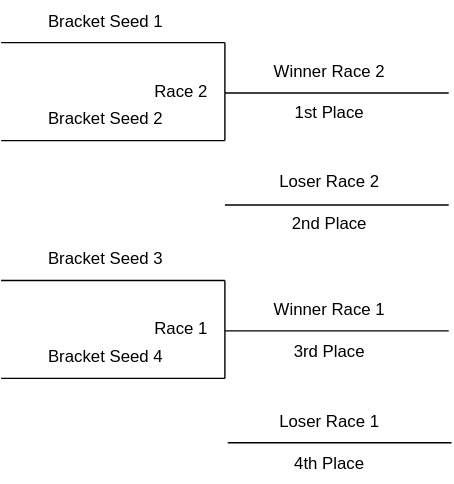
bhall2001/flyballmanager-www keeps this draw.io diagram as static/img/1-race-bracket.drawio.svg. Above is the earlier version. Source tidied: cells renumbered, new cells last; positions are measured from the earlier drawing's top-left corner, leaving out a move shared by most shapes. The source it was exported from:
```xml
<mxGraphModel>
  <root>
    <mxCell id="0" />
    <mxCell id="1" parent="0" />
    <mxCell id="2" style="group;" parent="1" vertex="1">
      <mxGeometry y="30" width="320" height="70" as="geometry" />
    </mxCell>
    <mxCell id="3" style="endArrow=none;html=1;rounded=0;" parent="2" edge="1">
      <mxGeometry relative="1" as="geometry">
        <mxPoint as="sourcePoint" />
        <mxPoint x="160" as="targetPoint" />
      </mxGeometry>
    </mxCell>
    <mxCell id="4" style="endArrow=none;html=1;rounded=0;" parent="2" edge="1">
      <mxGeometry relative="1" as="geometry">
        <mxPoint y="70" as="sourcePoint" />
        <mxPoint x="160" y="70" as="targetPoint" />
      </mxGeometry>
    </mxCell>
    <mxCell id="5" style="endArrow=none;html=1;rounded=0;" parent="2" edge="1">
      <mxGeometry relative="1" as="geometry">
        <mxPoint x="160" y="70" as="sourcePoint" />
        <mxPoint x="160" as="targetPoint" />
      </mxGeometry>
    </mxCell>
    <mxCell id="6" value="Race 2" style="text;html=1;align=right;verticalAlign=middle;whiteSpace=wrap;rounded=0;" parent="2" vertex="1">
      <mxGeometry x="60" y="20" width="90" height="30" as="geometry" />
    </mxCell>
    <mxCell id="7" style="endArrow=none;html=1;rounded=0;" parent="2" edge="1">
      <mxGeometry relative="1" as="geometry">
        <mxPoint x="160" y="36" as="sourcePoint" />
        <mxPoint x="320" y="36" as="targetPoint" />
      </mxGeometry>
    </mxCell>
    <mxCell id="8" style="group;" parent="1" vertex="1">
      <mxGeometry y="200" width="320" height="70" as="geometry" />
    </mxCell>
    <mxCell id="9" style="endArrow=none;html=1;rounded=0;" parent="8" edge="1">
      <mxGeometry relative="1" as="geometry">
        <mxPoint as="sourcePoint" />
        <mxPoint x="160" as="targetPoint" />
      </mxGeometry>
    </mxCell>
    <mxCell id="10" style="endArrow=none;html=1;rounded=0;" parent="8" edge="1">
      <mxGeometry relative="1" as="geometry">
        <mxPoint y="70" as="sourcePoint" />
        <mxPoint x="160" y="70" as="targetPoint" />
      </mxGeometry>
    </mxCell>
    <mxCell id="11" style="endArrow=none;html=1;rounded=0;" parent="8" edge="1">
      <mxGeometry relative="1" as="geometry">
        <mxPoint x="160" y="70" as="sourcePoint" />
        <mxPoint x="160" as="targetPoint" />
      </mxGeometry>
    </mxCell>
    <mxCell id="12" value="Race 1" style="text;html=1;align=right;verticalAlign=middle;whiteSpace=wrap;rounded=0;" parent="8" vertex="1">
      <mxGeometry x="60" y="20" width="90" height="30" as="geometry" />
    </mxCell>
    <mxCell id="13" style="endArrow=none;html=1;rounded=0;" parent="8" edge="1">
      <mxGeometry relative="1" as="geometry">
        <mxPoint x="160" y="36" as="sourcePoint" />
        <mxPoint x="320" y="36" as="targetPoint" />
      </mxGeometry>
    </mxCell>
    <mxCell id="14" style="endArrow=none;html=1;rounded=0;" parent="1" edge="1">
      <mxGeometry relative="1" as="geometry">
        <mxPoint x="160" y="146" as="sourcePoint" />
        <mxPoint x="320" y="146" as="targetPoint" />
      </mxGeometry>
    </mxCell>
    <mxCell id="15" style="endArrow=none;html=1;rounded=0;" parent="1" edge="1">
      <mxGeometry relative="1" as="geometry">
        <mxPoint x="162" y="316" as="sourcePoint" />
        <mxPoint x="322" y="316" as="targetPoint" />
      </mxGeometry>
    </mxCell>
    <mxCell id="16" value="2nd Place" style="text;html=1;align=center;verticalAlign=middle;whiteSpace=wrap;rounded=0;" parent="1" vertex="1">
      <mxGeometry x="190" y="145" width="90" height="30" as="geometry" />
    </mxCell>
    <mxCell id="17" value="4th Place" style="text;html=1;align=center;verticalAlign=middle;whiteSpace=wrap;rounded=0;" parent="1" vertex="1">
      <mxGeometry x="190" y="316" width="90" height="30" as="geometry" />
    </mxCell>
    <mxCell id="18" value="Loser Race 2" style="text;html=1;align=center;verticalAlign=middle;whiteSpace=wrap;rounded=0;" parent="1" vertex="1">
      <mxGeometry x="190" y="115" width="90" height="30" as="geometry" />
    </mxCell>
    <mxCell id="19" value="Loser Race 1" style="text;html=1;align=center;verticalAlign=middle;whiteSpace=wrap;rounded=0;" parent="1" vertex="1">
      <mxGeometry x="190" y="286" width="90" height="30" as="geometry" />
    </mxCell>
    <mxCell id="20" value="Winner Race 2" style="text;html=1;align=center;verticalAlign=middle;whiteSpace=wrap;rounded=0;" parent="1" vertex="1">
      <mxGeometry x="190" y="36" width="90" height="30" as="geometry" />
    </mxCell>
    <mxCell id="21" value="Winner Race 1" style="text;html=1;align=center;verticalAlign=middle;whiteSpace=wrap;rounded=0;" parent="1" vertex="1">
      <mxGeometry x="190" y="206" width="90" height="30" as="geometry" />
    </mxCell>
    <mxCell id="22" value="Bracket Seed 1" style="text;html=1;align=center;verticalAlign=middle;whiteSpace=wrap;rounded=0;" parent="1" vertex="1">
      <mxGeometry x="30" width="90" height="30" as="geometry" />
    </mxCell>
    <mxCell id="23" value="Bracket Seed 2" style="text;html=1;align=center;verticalAlign=middle;whiteSpace=wrap;rounded=0;" parent="1" vertex="1">
      <mxGeometry x="30" y="70" width="90" height="30" as="geometry" />
    </mxCell>
    <mxCell id="24" value="Bracket Seed 3" style="text;html=1;align=center;verticalAlign=middle;whiteSpace=wrap;rounded=0;" parent="1" vertex="1">
      <mxGeometry x="30" y="170" width="90" height="30" as="geometry" />
    </mxCell>
    <mxCell id="25" value="Bracket Seed 4" style="text;html=1;align=center;verticalAlign=middle;whiteSpace=wrap;rounded=0;" parent="1" vertex="1">
      <mxGeometry x="30" y="240" width="90" height="30" as="geometry" />
    </mxCell>
    <mxCell id="26" value="1st Place" style="text;html=1;align=center;verticalAlign=middle;whiteSpace=wrap;rounded=0;" parent="1" vertex="1">
      <mxGeometry x="190" y="65" width="90" height="30" as="geometry" />
    </mxCell>
    <mxCell id="27" value="3rd Place" style="text;html=1;align=center;verticalAlign=middle;whiteSpace=wrap;rounded=0;" parent="1" vertex="1">
      <mxGeometry x="190" y="236" width="90" height="30" as="geometry" />
    </mxCell>
  </root>
</mxGraphModel>
```
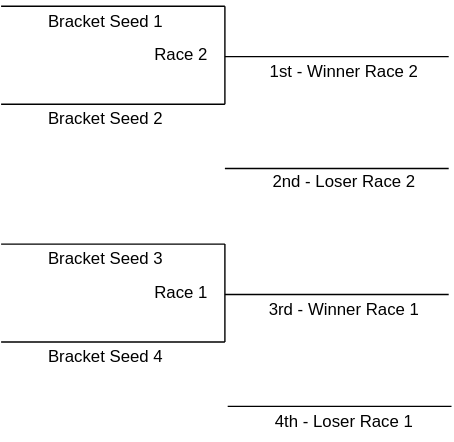
The same diagram one commit later.

What changed in the source:
```diff
@@ -3,7 +3,7 @@
     <mxCell id="0" />
     <mxCell id="1" parent="0" />
     <mxCell id="2" style="group;" parent="1" vertex="1">
-      <mxGeometry y="30" width="320" height="70" as="geometry" />
+      <mxGeometry y="4" width="320" height="70" as="geometry" />
     </mxCell>
     <mxCell id="3" style="endArrow=none;html=1;rounded=0;" parent="2" edge="1">
       <mxGeometry relative="1" as="geometry">
@@ -33,7 +33,7 @@
       </mxGeometry>
     </mxCell>
     <mxCell id="8" style="group;" parent="1" vertex="1">
-      <mxGeometry y="200" width="320" height="70" as="geometry" />
+      <mxGeometry y="174" width="320" height="70" as="geometry" />
     </mxCell>
     <mxCell id="9" style="endArrow=none;html=1;rounded=0;" parent="8" edge="1">
       <mxGeometry relative="1" as="geometry">
@@ -64,33 +64,27 @@
     </mxCell>
     <mxCell id="14" style="endArrow=none;html=1;rounded=0;" parent="1" edge="1">
       <mxGeometry relative="1" as="geometry">
-        <mxPoint x="160" y="146" as="sourcePoint" />
-        <mxPoint x="320" y="146" as="targetPoint" />
+        <mxPoint x="160" y="120" as="sourcePoint" />
+        <mxPoint x="320" y="120" as="targetPoint" />
       </mxGeometry>
     </mxCell>
     <mxCell id="15" style="endArrow=none;html=1;rounded=0;" parent="1" edge="1">
       <mxGeometry relative="1" as="geometry">
-        <mxPoint x="162" y="316" as="sourcePoint" />
-        <mxPoint x="322" y="316" as="targetPoint" />
+        <mxPoint x="162" y="290" as="sourcePoint" />
+        <mxPoint x="322" y="290" as="targetPoint" />
       </mxGeometry>
     </mxCell>
-    <mxCell id="16" value="2nd Place" style="text;html=1;align=center;verticalAlign=middle;whiteSpace=wrap;rounded=0;" parent="1" vertex="1">
-      <mxGeometry x="190" y="145" width="90" height="30" as="geometry" />
-    </mxCell>
-    <mxCell id="17" value="4th Place" style="text;html=1;align=center;verticalAlign=middle;whiteSpace=wrap;rounded=0;" parent="1" vertex="1">
-      <mxGeometry x="190" y="316" width="90" height="30" as="geometry" />
-    </mxCell>
-    <mxCell id="18" value="Loser Race 2" style="text;html=1;align=center;verticalAlign=middle;whiteSpace=wrap;rounded=0;" parent="1" vertex="1">
-      <mxGeometry x="190" y="115" width="90" height="30" as="geometry" />
+    <mxCell id="18" value="2nd - Loser Race 2" style="text;html=1;align=center;verticalAlign=middle;whiteSpace=wrap;rounded=0;" parent="1" vertex="1">
+      <mxGeometry x="190" y="115" width="111" height="30" as="geometry" />
     </mxCell>
-    <mxCell id="19" value="Loser Race 1" style="text;html=1;align=center;verticalAlign=middle;whiteSpace=wrap;rounded=0;" parent="1" vertex="1">
-      <mxGeometry x="190" y="286" width="90" height="30" as="geometry" />
+    <mxCell id="19" value="4th - Loser Race 1" style="text;html=1;align=center;verticalAlign=middle;whiteSpace=wrap;rounded=0;" parent="1" vertex="1">
+      <mxGeometry x="190" y="286" width="111" height="30" as="geometry" />
     </mxCell>
-    <mxCell id="20" value="Winner Race 2" style="text;html=1;align=center;verticalAlign=middle;whiteSpace=wrap;rounded=0;" parent="1" vertex="1">
-      <mxGeometry x="190" y="36" width="90" height="30" as="geometry" />
+    <mxCell id="20" value="1st - Winner Race 2" style="text;html=1;align=center;verticalAlign=middle;whiteSpace=wrap;rounded=0;" parent="1" vertex="1">
+      <mxGeometry x="190" y="36" width="111" height="30" as="geometry" />
     </mxCell>
-    <mxCell id="21" value="Winner Race 1" style="text;html=1;align=center;verticalAlign=middle;whiteSpace=wrap;rounded=0;" parent="1" vertex="1">
-      <mxGeometry x="190" y="206" width="90" height="30" as="geometry" />
+    <mxCell id="21" value="3rd - Winner Race 1" style="text;html=1;align=center;verticalAlign=middle;whiteSpace=wrap;rounded=0;" parent="1" vertex="1">
+      <mxGeometry x="190" y="206" width="111" height="30" as="geometry" />
     </mxCell>
     <mxCell id="22" value="Bracket Seed 1" style="text;html=1;align=center;verticalAlign=middle;whiteSpace=wrap;rounded=0;" parent="1" vertex="1">
       <mxGeometry x="30" width="90" height="30" as="geometry" />
@@ -104,11 +98,5 @@
     <mxCell id="25" value="Bracket Seed 4" style="text;html=1;align=center;verticalAlign=middle;whiteSpace=wrap;rounded=0;" parent="1" vertex="1">
       <mxGeometry x="30" y="240" width="90" height="30" as="geometry" />
     </mxCell>
-    <mxCell id="26" value="1st Place" style="text;html=1;align=center;verticalAlign=middle;whiteSpace=wrap;rounded=0;" parent="1" vertex="1">
-      <mxGeometry x="190" y="65" width="90" height="30" as="geometry" />
-    </mxCell>
-    <mxCell id="27" value="3rd Place" style="text;html=1;align=center;verticalAlign=middle;whiteSpace=wrap;rounded=0;" parent="1" vertex="1">
-      <mxGeometry x="190" y="236" width="90" height="30" as="geometry" />
-    </mxCell>
   </root>
 </mxGraphModel>
```
